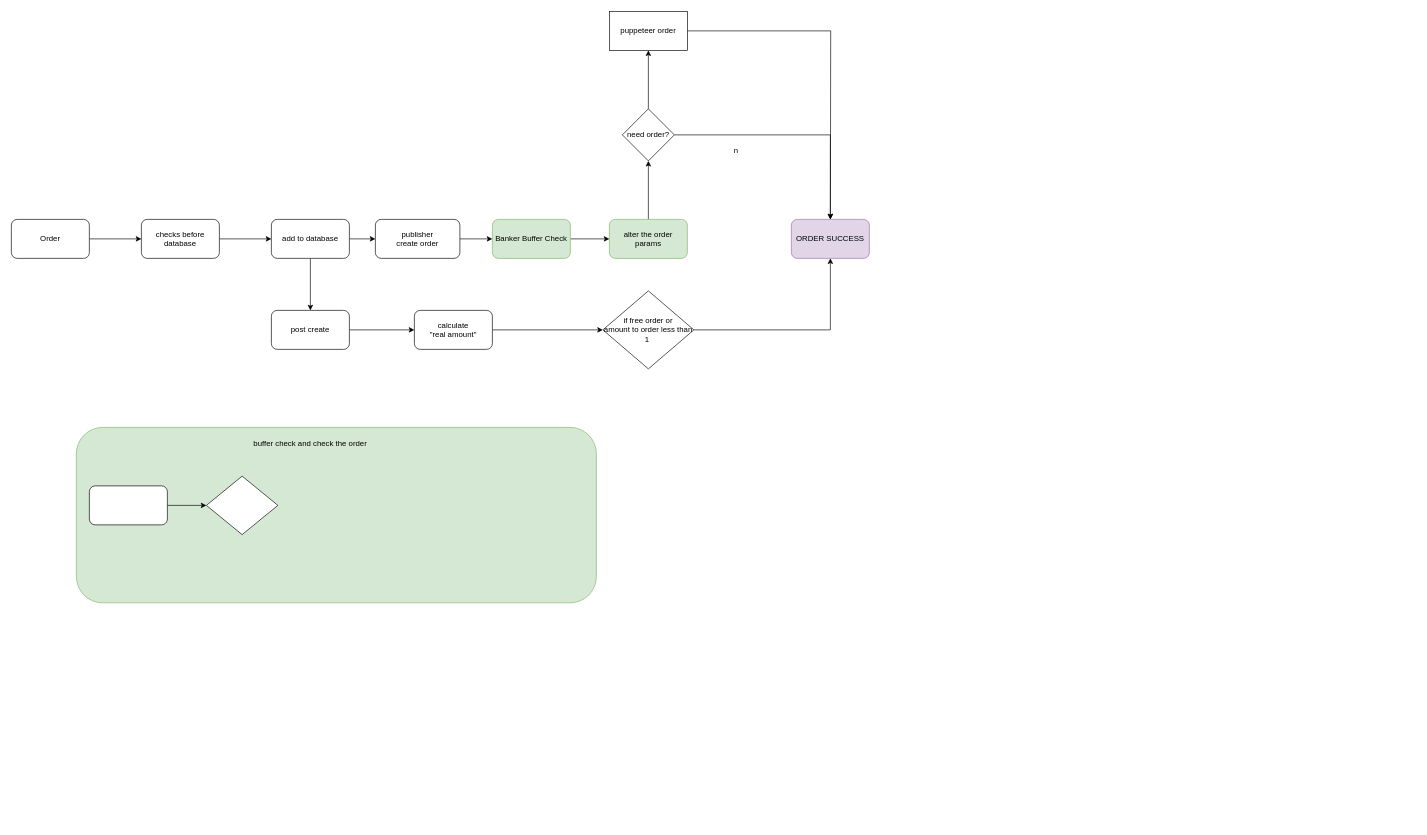
Above: page "flow chart" (2 of 2) of Untitled Diagram.drawio in benntuecon/00 (draw.io), before the change. Source tidied: cells renumbered, new cells numbered last; positions are measured from the earlier drawing's top-left corner, leaving out a move shared by most shapes. Both pictures are drawn from the tidied source at 65%, with x=0, y=0 at pixel (11, 11).
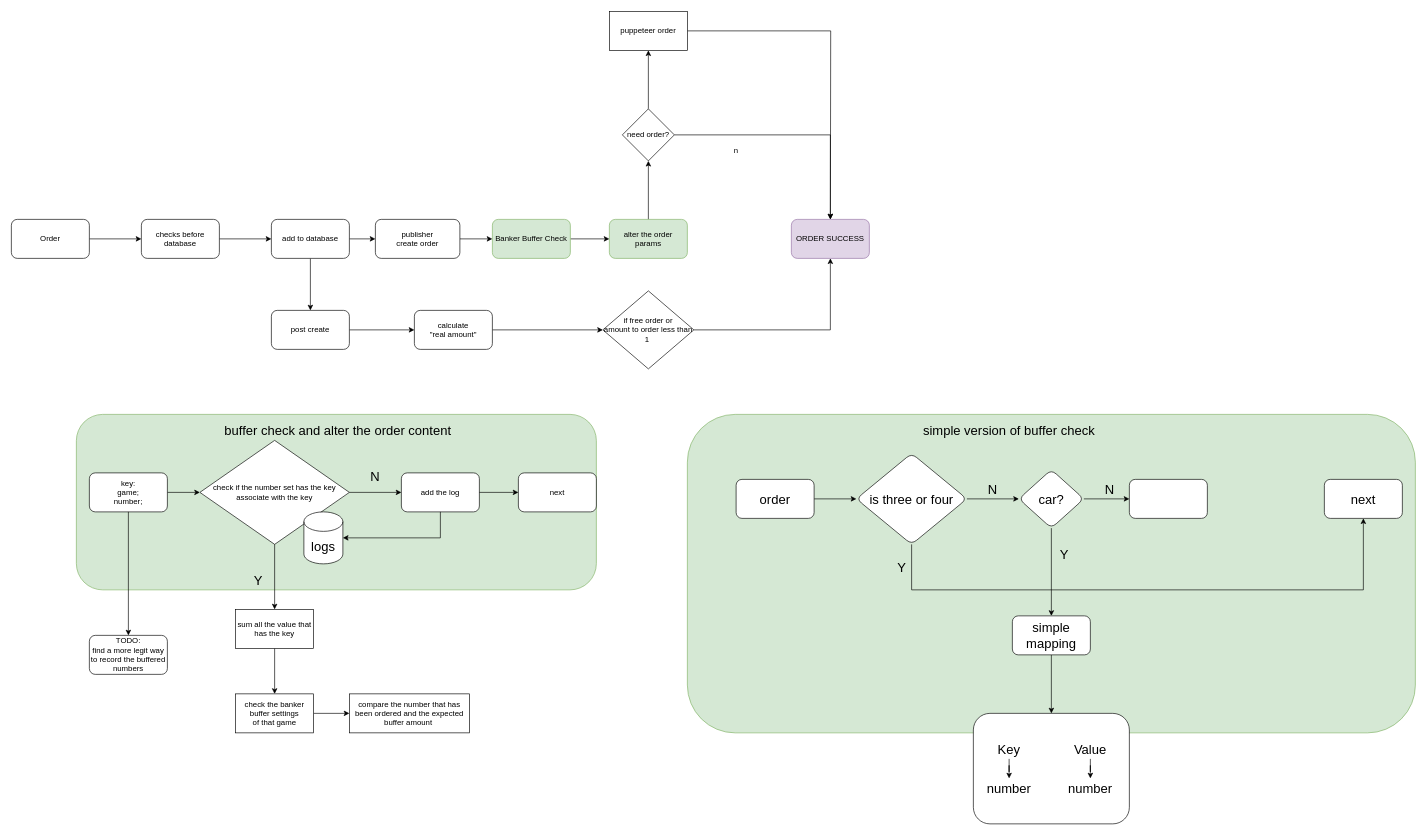
After the change.

Change to the diagram source:
```diff
@@
     <mxCell id="28" style="group;" parent="1" vertex="1">
-      <mxGeometry x="100" y="640" width="800" height="270" as="geometry" />
+      <mxGeometry x="100" y="620" width="800" height="270" as="geometry" />
     </mxCell>
@@
-    <mxCell id="30" value="buffer check and check the order" style="text;html=1;strokeColor=none;fillColor=none;align=center;verticalAlign=middle;whiteSpace=wrap;rounded=0;" parent="28" vertex="1">
-      <mxGeometry x="215" y="10" width="290" height="30" as="geometry" />
+    <mxCell id="30" value="buffer check and alter the order content" style="text;html=1;strokeColor=none;fillColor=none;align=center;verticalAlign=middle;whiteSpace=wrap;rounded=0;fontSize=20;" parent="28" vertex="1">
+      <mxGeometry x="215" y="10" width="375" height="30" as="geometry" />
     </mxCell>
@@
-    <mxCell id="32" style="rounded=1;whiteSpace=wrap;html=1;" parent="28" vertex="1">
+    <mxCell id="32" value="key:&lt;br&gt;game;&lt;br&gt;number;" style="rounded=1;whiteSpace=wrap;html=1;" parent="28" vertex="1">
       <mxGeometry x="20" y="90" width="120" height="60" as="geometry" />
     </mxCell>
-    <mxCell id="33" style="rhombus;whiteSpace=wrap;html=1;" parent="28" vertex="1">
-      <mxGeometry x="200" y="75" width="110" height="90" as="geometry" />
+    <mxCell id="33" value="check if the number set has the key associate with the key" style="rhombus;whiteSpace=wrap;html=1;" parent="28" vertex="1">
+      <mxGeometry x="190" y="40" width="230" height="160" as="geometry" />
     </mxCell>
+    <mxCell id="34" value="Y" style="text;html=1;strokeColor=none;fillColor=none;align=center;verticalAlign=middle;whiteSpace=wrap;rounded=0;fontSize=20;" parent="28" vertex="1">
+      <mxGeometry x="250" y="240" width="60" height="30" as="geometry" />
+    </mxCell>
+    <mxCell id="35" value="add the log" style="rounded=1;whiteSpace=wrap;html=1;" parent="28" vertex="1">
+      <mxGeometry x="500" y="90" width="120" height="60" as="geometry" />
+    </mxCell>
+    <mxCell id="36" style="edgeStyle=orthogonalEdgeStyle;rounded=0;jettySize=auto;html=1;fontSize=20;" parent="28" edge="1" source="33" target="35">
+      <mxGeometry relative="1" as="geometry" />
+    </mxCell>
+    <mxCell id="37" value="N" style="text;html=1;strokeColor=none;fillColor=none;align=center;verticalAlign=middle;whiteSpace=wrap;rounded=0;fontSize=20;" parent="28" vertex="1">
+      <mxGeometry x="430" y="80" width="60" height="30" as="geometry" />
+    </mxCell>
+    <mxCell id="38" value="next" style="whiteSpace=wrap;html=1;rounded=1;" parent="28" vertex="1">
+      <mxGeometry x="680" y="90" width="120" height="60" as="geometry" />
+    </mxCell>
+    <mxCell id="39" style="edgeStyle=orthogonalEdgeStyle;rounded=0;jettySize=auto;html=1;fontSize=20;" parent="28" edge="1" source="35" target="38">
+      <mxGeometry relative="1" as="geometry" />
+    </mxCell>
+    <mxCell id="40" value="logs" style="shape=cylinder3;whiteSpace=wrap;html=1;boundedLbl=1;backgroundOutline=1;size=15;fontSize=20;" parent="28" vertex="1">
+      <mxGeometry x="350" y="150" width="60" height="80" as="geometry" />
+    </mxCell>
+    <mxCell id="41" style="edgeStyle=orthogonalEdgeStyle;rounded=0;jettySize=auto;html=1;fontSize=20;" parent="28" edge="1" source="35" target="40">
+      <mxGeometry relative="1" as="geometry">
+        <Array as="points">
+          <mxPoint x="560" y="190" />
+        </Array>
+      </mxGeometry>
+    </mxCell>
+    <mxCell id="42" style="edgeStyle=orthogonalEdgeStyle;rounded=0;jettySize=auto;html=1;fontSize=20;" parent="1" edge="1" source="43" target="46">
+      <mxGeometry relative="1" as="geometry" />
+    </mxCell>
+    <mxCell id="43" value="sum all the value that has the key" style="whiteSpace=wrap;html=1;" parent="1" vertex="1">
+      <mxGeometry x="345" y="920" width="120" height="60" as="geometry" />
+    </mxCell>
+    <mxCell id="44" style="edgeStyle=orthogonalEdgeStyle;rounded=0;jettySize=auto;html=1;fontSize=20;" parent="1" edge="1" source="33" target="43">
+      <mxGeometry relative="1" as="geometry" />
+    </mxCell>
+    <mxCell id="45" style="edgeStyle=orthogonalEdgeStyle;rounded=0;jettySize=auto;html=1;fontSize=20;" parent="1" edge="1" source="46" target="47">
+      <mxGeometry relative="1" as="geometry" />
+    </mxCell>
+    <mxCell id="46" value="check the banker buffer settings&lt;br&gt;of that game" style="whiteSpace=wrap;html=1;" parent="1" vertex="1">
+      <mxGeometry x="345" y="1050" width="120" height="60" as="geometry" />
+    </mxCell>
+    <mxCell id="47" value="compare the number that has been ordered and the expected buffer amount&amp;nbsp;" style="whiteSpace=wrap;html=1;" parent="1" vertex="1">
+      <mxGeometry x="520" y="1050" width="185" height="60" as="geometry" />
+    </mxCell>
+    <mxCell id="48" value="TODO:&lt;br&gt;find a more legit way to record the buffered numbers" style="whiteSpace=wrap;html=1;rounded=1;" parent="1" vertex="1">
+      <mxGeometry x="120" y="960" width="120" height="60" as="geometry" />
+    </mxCell>
+    <mxCell id="49" style="edgeStyle=orthogonalEdgeStyle;rounded=0;jettySize=auto;html=1;fontSize=20;" parent="1" edge="1" source="32" target="48">
+      <mxGeometry relative="1" as="geometry" />
+    </mxCell>
+    <mxCell id="50" style="rounded=1;whiteSpace=wrap;html=1;fontSize=20;fillColor=#d5e8d4;strokeColor=#82b366;" parent="1" vertex="1">
+      <mxGeometry x="1040" y="620" width="1120" height="490" as="geometry" />
+    </mxCell>
+    <mxCell id="51" value="simple version of buffer check" style="text;html=1;strokeColor=none;fillColor=none;align=center;verticalAlign=middle;whiteSpace=wrap;rounded=0;fontSize=20;" parent="1" vertex="1">
+      <mxGeometry x="1280" y="630" width="510" height="30" as="geometry" />
+    </mxCell>
+    <mxCell id="52" style="edgeStyle=orthogonalEdgeStyle;rounded=0;jettySize=auto;html=1;fontSize=20;" parent="1" edge="1" source="53" target="56">
+      <mxGeometry relative="1" as="geometry" />
+    </mxCell>
+    <mxCell id="53" value="order" style="rounded=1;whiteSpace=wrap;html=1;fontSize=20;" parent="1" vertex="1">
+      <mxGeometry x="1115" y="720" width="120" height="60" as="geometry" />
+    </mxCell>
+    <mxCell id="54" style="edgeStyle=orthogonalEdgeStyle;rounded=0;jettySize=auto;html=1;fontSize=20;" parent="1" edge="1" source="56" target="57">
+      <mxGeometry relative="1" as="geometry">
+        <Array as="points">
+          <mxPoint x="1385" y="890" />
+          <mxPoint x="2080" y="890" />
+        </Array>
+      </mxGeometry>
+    </mxCell>
+    <mxCell id="55" style="edgeStyle=orthogonalEdgeStyle;rounded=0;jettySize=auto;html=1;fontSize=20;" parent="1" edge="1" source="56" target="61">
+      <mxGeometry relative="1" as="geometry" />
+    </mxCell>
+    <mxCell id="56" value="is three or four" style="rhombus;whiteSpace=wrap;html=1;fontSize=20;rounded=1;" parent="1" vertex="1">
+      <mxGeometry x="1300" y="680" width="170" height="140" as="geometry" />
+    </mxCell>
+    <mxCell id="57" value="next" style="whiteSpace=wrap;html=1;fontSize=20;rounded=1;" parent="1" vertex="1">
+      <mxGeometry x="2020" y="720" width="120" height="60" as="geometry" />
+    </mxCell>
+    <mxCell id="58" value="Y" style="text;html=1;strokeColor=none;fillColor=none;align=center;verticalAlign=middle;whiteSpace=wrap;rounded=0;fontSize=20;" parent="1" vertex="1">
+      <mxGeometry x="1340" y="840" width="60" height="30" as="geometry" />
+    </mxCell>
+    <mxCell id="59" style="edgeStyle=orthogonalEdgeStyle;rounded=0;jettySize=auto;html=1;fontSize=20;" parent="1" edge="1" source="61" target="63">
+      <mxGeometry relative="1" as="geometry" />
+    </mxCell>
+    <mxCell id="60" style="edgeStyle=orthogonalEdgeStyle;rounded=0;jettySize=auto;html=1;fontSize=20;" parent="1" edge="1" source="61" target="71">
+      <mxGeometry relative="1" as="geometry" />
+    </mxCell>
+    <mxCell id="61" value="car?" style="rhombus;whiteSpace=wrap;html=1;fontSize=20;rounded=1;" parent="1" vertex="1">
+      <mxGeometry x="1550" y="705" width="100" height="90" as="geometry" />
+    </mxCell>
+    <mxCell id="62" style="edgeStyle=orthogonalEdgeStyle;rounded=0;jettySize=auto;html=1;fontSize=20;" parent="1" edge="1" source="63" target="64">
+      <mxGeometry relative="1" as="geometry" />
+    </mxCell>
+    <mxCell id="63" value="simple mapping" style="whiteSpace=wrap;html=1;fontSize=20;rounded=1;" parent="1" vertex="1">
+      <mxGeometry x="1540" y="930" width="120" height="60" as="geometry" />
+    </mxCell>
+    <mxCell id="64" style="whiteSpace=wrap;html=1;fontSize=20;rounded=1;" parent="1" vertex="1">
+      <mxGeometry x="1480" y="1080" width="240" height="170" as="geometry" />
+    </mxCell>
+    <mxCell id="65" style="edgeStyle=orthogonalEdgeStyle;rounded=0;jettySize=auto;html=1;fontSize=20;" parent="1" edge="1" source="66" target="69">
+      <mxGeometry relative="1" as="geometry" />
+    </mxCell>
+    <mxCell id="66" value="Key" style="text;html=1;strokeColor=none;fillColor=none;align=center;verticalAlign=middle;whiteSpace=wrap;rounded=0;fontSize=20;" parent="1" vertex="1">
+      <mxGeometry x="1505" y="1120" width="60" height="30" as="geometry" />
+    </mxCell>
+    <mxCell id="67" style="edgeStyle=orthogonalEdgeStyle;rounded=0;jettySize=auto;html=1;fontSize=20;" parent="1" edge="1" source="68" target="70">
+      <mxGeometry relative="1" as="geometry" />
+    </mxCell>
+    <mxCell id="68" value="Value" style="text;html=1;strokeColor=none;fillColor=none;align=center;verticalAlign=middle;whiteSpace=wrap;rounded=0;fontSize=20;" parent="1" vertex="1">
+      <mxGeometry x="1630" y="1120" width="60" height="30" as="geometry" />
+    </mxCell>
+    <mxCell id="69" value="number" style="text;html=1;strokeColor=none;fillColor=none;align=center;verticalAlign=middle;whiteSpace=wrap;rounded=0;fontSize=20;" parent="1" vertex="1">
+      <mxGeometry x="1505" y="1180" width="60" height="30" as="geometry" />
+    </mxCell>
+    <mxCell id="70" value="number" style="text;html=1;strokeColor=none;fillColor=none;align=center;verticalAlign=middle;whiteSpace=wrap;rounded=0;fontSize=20;" parent="1" vertex="1">
+      <mxGeometry x="1630" y="1180" width="60" height="30" as="geometry" />
+    </mxCell>
+    <mxCell id="71" style="whiteSpace=wrap;html=1;fontSize=20;rounded=1;" parent="1" vertex="1">
+      <mxGeometry x="1720" y="720" width="120" height="60" as="geometry" />
+    </mxCell>
+    <mxCell id="72" value="Y" style="text;html=1;strokeColor=none;fillColor=none;align=center;verticalAlign=middle;whiteSpace=wrap;rounded=0;fontSize=20;" parent="1" vertex="1">
+      <mxGeometry x="1590" y="820" width="60" height="30" as="geometry" />
+    </mxCell>
+    <mxCell id="73" value="N" style="text;html=1;strokeColor=none;fillColor=none;align=center;verticalAlign=middle;whiteSpace=wrap;rounded=0;fontSize=20;" parent="1" vertex="1">
+      <mxGeometry x="1480" y="720" width="60" height="30" as="geometry" />
+    </mxCell>
+    <mxCell id="74" value="N" style="text;html=1;strokeColor=none;fillColor=none;align=center;verticalAlign=middle;whiteSpace=wrap;rounded=0;fontSize=20;" parent="1" vertex="1">
+      <mxGeometry x="1660" y="720" width="60" height="30" as="geometry" />
+    </mxCell>
```
